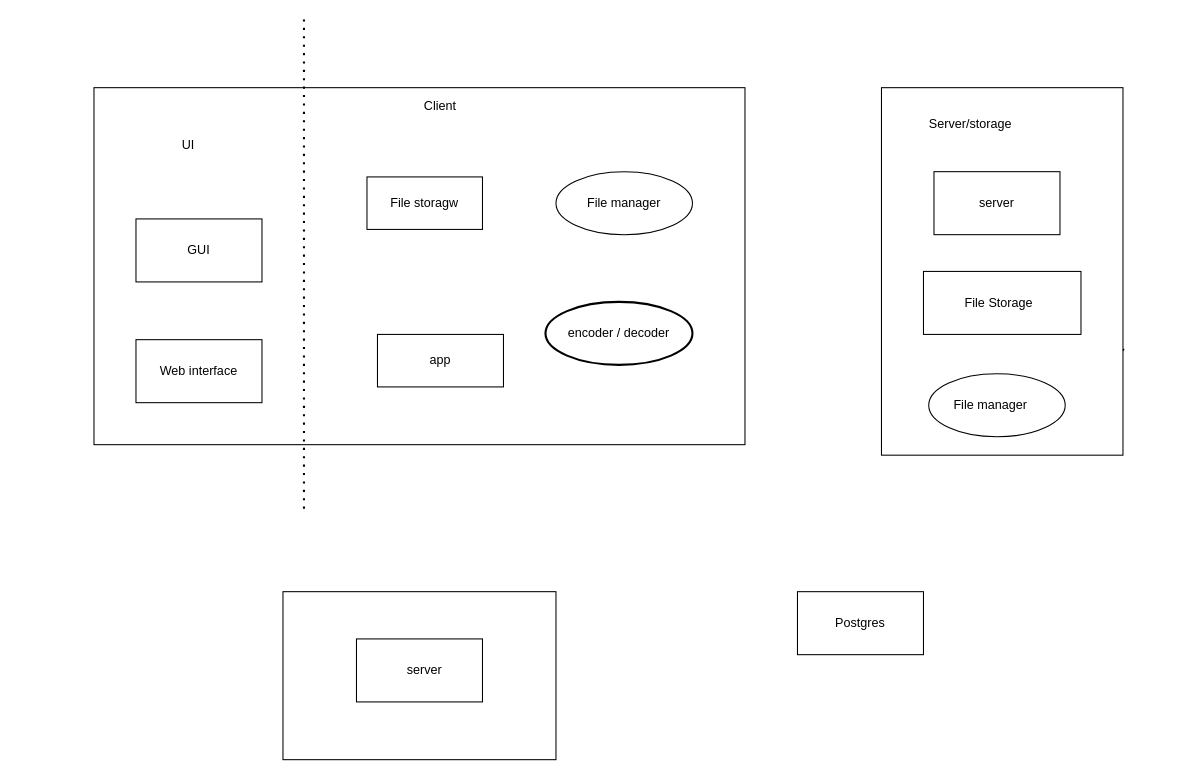
This is schema.drawio from vasiliyantufev/GophKeeper, a draw.io file, before an edit. Source tidied: cells renumbered, new cells numbered last; positions are measured from the earlier drawing's top-left corner, leaving out a move shared by most shapes. Both pictures are drawn from the tidied source at 105%, with x=0, y=0 at pixel (93, 19).
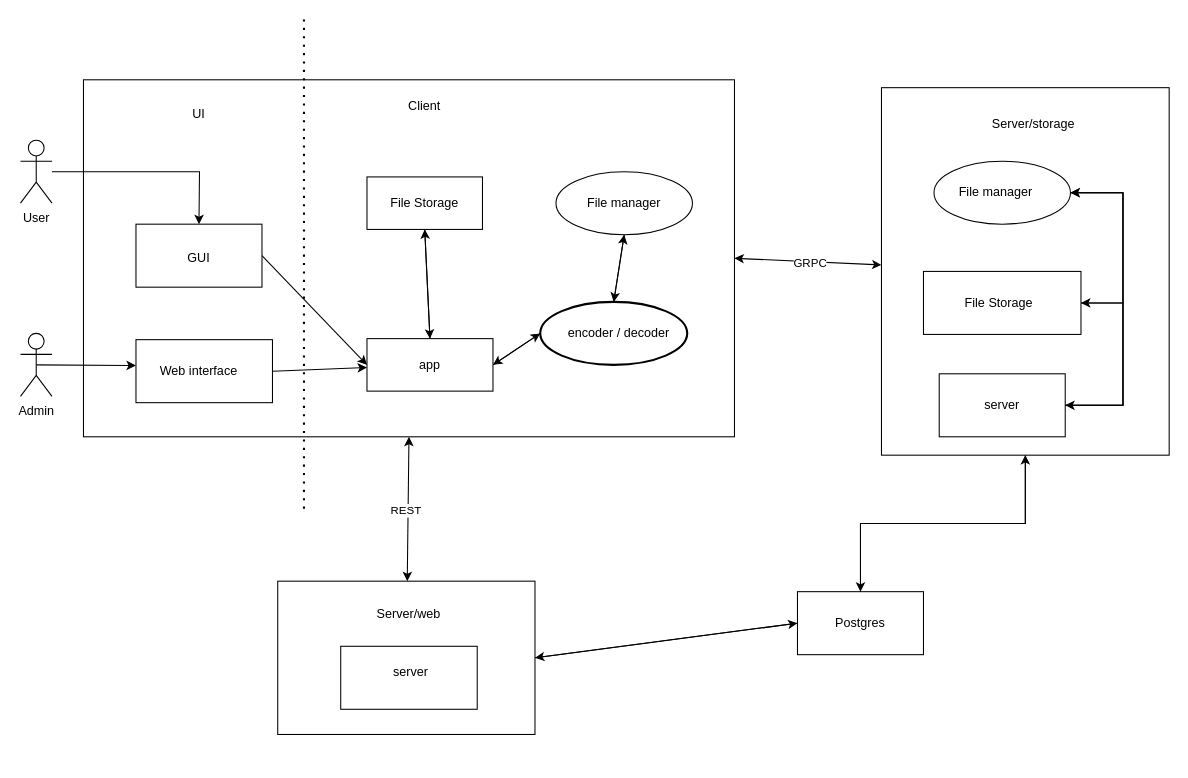
After the change.

The change refers to these unchanged cells:
```xml
<mxCell id="9" style="rounded=0;whiteSpace=wrap;html=1;" parent="1" vertex="1">
  <mxGeometry x="790" y="240" width="150" height="60" as="geometry" />
</mxCell>
<mxCell id="15" value="encoder / decoder" style="text;html=1;strokeColor=none;fillColor=none;align=center;verticalAlign=middle;whiteSpace=wrap;rounded=0;" parent="1" vertex="1">
  <mxGeometry x="450" y="284" width="100" height="30" as="geometry" />
</mxCell>
<mxCell id="17" style="ellipse;whiteSpace=wrap;html=1;" parent="16" vertex="1">
  <mxGeometry width="130" height="60" as="geometry" />
</mxCell>
<mxCell id="27" value="Web interface" style="text;html=1;strokeColor=none;fillColor=none;align=center;verticalAlign=middle;whiteSpace=wrap;rounded=0;" parent="1" vertex="1">
  <mxGeometry x="30" y="320" width="140" height="30" as="geometry" />
</mxCell>
<mxCell id="30" style="rounded=0;whiteSpace=wrap;html=1;" parent="1" vertex="1">
  <mxGeometry x="670" y="545" width="120" height="60" as="geometry" />
</mxCell>
```

Change to the diagram source:
```diff
@@
     <mxCell id="2" style="rounded=0;whiteSpace=wrap;html=1;" parent="1" vertex="1">
-      <mxGeometry y="65" width="620" height="340" as="geometry" />
+      <mxGeometry x="-10" y="57.5" width="620" height="340" as="geometry" />
     </mxCell>
     <mxCell id="3" style="rounded=0;whiteSpace=wrap;html=1;" parent="1" vertex="1">
-      <mxGeometry x="750" y="65" width="230" height="350" as="geometry" />
+      <mxGeometry x="750" y="65" width="274" height="350" as="geometry" />
     </mxCell>
     <mxCell id="4" style="rounded=0;whiteSpace=wrap;html=1;" parent="1" vertex="1">
-      <mxGeometry x="180" y="545" width="260" height="160" as="geometry" />
+      <mxGeometry x="175" y="535" width="245" height="146" as="geometry" />
     </mxCell>
-    <mxCell id="5" style="rounded=0;whiteSpace=wrap;html=1;" parent="1" vertex="1">
-      <mxGeometry x="800" y="145" width="120" height="60" as="geometry" />
-    </mxCell>
+    <mxCell id="32" style="edgeStyle=none;rounded=0;jettySize=auto;html=1;exitX=1;exitY=0.5;exitDx=0;exitDy=0;entryX=0;entryY=0.5;entryDx=0;entryDy=0;entryPerimeter=0;" parent="1" edge="1" source="6" target="8">
+      <mxGeometry relative="1" as="geometry" />
+    </mxCell>
+    <mxCell id="33" style="edgeStyle=none;rounded=0;jettySize=auto;html=1;exitX=0.5;exitY=0;exitDx=0;exitDy=0;entryX=0.5;entryY=1;entryDx=0;entryDy=0;" parent="1" edge="1" source="6" target="7">
+      <mxGeometry relative="1" as="geometry" />
+    </mxCell>
     <mxCell id="6" value="app" style="html=1;whiteSpace=wrap;" parent="1" vertex="1">
-      <mxGeometry x="270" y="300" width="120" height="50" as="geometry" />
+      <mxGeometry x="260" y="304" width="120" height="50" as="geometry" />
     </mxCell>
+    <mxCell id="34" style="edgeStyle=none;rounded=0;jettySize=auto;html=1;exitX=0.5;exitY=1;exitDx=0;exitDy=0;entryX=0.5;entryY=0;entryDx=0;entryDy=0;" parent="1" edge="1" source="7" target="6">
+      <mxGeometry relative="1" as="geometry" />
+    </mxCell>
-    <mxCell id="7" value="File storagw" style="html=1;whiteSpace=wrap;" parent="1" vertex="1">
+    <mxCell id="7" value="&lt;div&gt;File Storage&lt;/div&gt;" style="html=1;whiteSpace=wrap;" parent="1" vertex="1">
       <mxGeometry x="260" y="150" width="110" height="50" as="geometry" />
     </mxCell>
+    <mxCell id="35" style="edgeStyle=none;rounded=0;jettySize=auto;html=1;exitX=0;exitY=0.5;exitDx=0;exitDy=0;exitPerimeter=0;entryX=1;entryY=0.5;entryDx=0;entryDy=0;" parent="1" edge="1" source="8" target="6">
+      <mxGeometry relative="1" as="geometry" />
+    </mxCell>
+    <mxCell id="36" style="edgeStyle=none;rounded=0;jettySize=auto;html=1;exitX=0.5;exitY=0;exitDx=0;exitDy=0;exitPerimeter=0;entryX=0.5;entryY=1;entryDx=0;entryDy=0;" parent="1" edge="1" source="8" target="17">
+      <mxGeometry relative="1" as="geometry" />
+    </mxCell>
     <mxCell id="8" style="strokeWidth=2;html=1;shape=mxgraph.flowchart.start_1;whiteSpace=wrap;" parent="1" vertex="1">
-      <mxGeometry x="430" y="269" width="140" height="60" as="geometry" />
+      <mxGeometry x="425" y="269" width="140" height="60" as="geometry" />
     </mxCell>
+    <mxCell id="37" style="edgeStyle=orthogonalEdgeStyle;rounded=0;jettySize=auto;html=1;exitX=1;exitY=0.5;exitDx=0;exitDy=0;entryX=1;entryY=0.5;entryDx=0;entryDy=0;" parent="1" edge="1" source="9" target="14">
+      <mxGeometry relative="1" as="geometry">
+        <Array as="points">
+          <mxPoint x="980" y="270" />
+          <mxPoint x="980" y="165" />
+        </Array>
+      </mxGeometry>
+    </mxCell>
@@
     <mxCell id="10" style="rounded=0;whiteSpace=wrap;html=1;" parent="1" vertex="1">
-      <mxGeometry x="250" y="590" width="120" height="60" as="geometry" />
+      <mxGeometry x="235" y="597" width="130" height="60" as="geometry" />
     </mxCell>
@@
-    <mxCell id="12" style="endArrow=none;dashed=1;html=1;dashPattern=1 3;strokeWidth=2;rounded=0;" parent="1" edge="1" target="3">
-      <mxGeometry relative="1" as="geometry">
-        <mxPoint x="981" y="315" as="sourcePoint" />
-      </mxGeometry>
-    </mxCell>
-    <mxCell id="13" style="group;" parent="1" vertex="1">
-      <mxGeometry x="795" y="337.5" width="130" height="60" as="geometry" />
-    </mxCell>
-    <mxCell id="14" style="ellipse;whiteSpace=wrap;html=1;" parent="13" vertex="1">
-      <mxGeometry width="130" height="60" as="geometry" />
-    </mxCell>
@@
     <mxCell id="19" value="Server/storage" style="text;html=1;strokeColor=none;fillColor=none;align=center;verticalAlign=middle;whiteSpace=wrap;rounded=0;" parent="1" vertex="1">
-      <mxGeometry x="770" y="85" width="130" height="30" as="geometry" />
+      <mxGeometry x="830" y="85" width="130" height="30" as="geometry" />
     </mxCell>
     <mxCell id="20" value="server" style="text;html=1;strokeColor=none;fillColor=none;align=center;verticalAlign=middle;whiteSpace=wrap;rounded=0;" parent="1" vertex="1">
-      <mxGeometry x="285" y="605" width="60" height="30" as="geometry" />
+      <mxGeometry x="272" y="607" width="60" height="30" as="geometry" />
     </mxCell>
-    <mxCell id="21" value="server" style="text;html=1;strokeColor=none;fillColor=none;align=center;verticalAlign=middle;whiteSpace=wrap;rounded=0;" parent="1" vertex="1">
-      <mxGeometry x="830" y="160" width="60" height="30" as="geometry" />
-    </mxCell>
     <mxCell id="22" value="&lt;div&gt;Client&lt;/div&gt;&lt;div&gt;&lt;br&gt;&lt;/div&gt;" style="text;html=1;strokeColor=none;fillColor=none;align=center;verticalAlign=middle;whiteSpace=wrap;rounded=0;" parent="1" vertex="1">
-      <mxGeometry x="300" y="75" width="60" height="30" as="geometry" />
+      <mxGeometry x="285" y="75" width="60" height="30" as="geometry" />
     </mxCell>
     <mxCell id="23" value="UI" style="text;html=1;strokeColor=none;fillColor=none;align=center;verticalAlign=middle;whiteSpace=wrap;rounded=0;" parent="1" vertex="1">
-      <mxGeometry x="60" y="105" width="60" height="30" as="geometry" />
+      <mxGeometry x="70" y="75" width="60" height="30" as="geometry" />
     </mxCell>
+    <mxCell id="38" style="edgeStyle=none;rounded=0;jettySize=auto;html=1;exitX=1;exitY=0.5;exitDx=0;exitDy=0;entryX=0;entryY=0.5;entryDx=0;entryDy=0;" parent="1" edge="1" source="24" target="6">
+      <mxGeometry relative="1" as="geometry" />
+    </mxCell>
     <mxCell id="24" style="rounded=0;whiteSpace=wrap;html=1;" parent="1" vertex="1">
-      <mxGeometry x="40" y="190" width="120" height="60" as="geometry" />
+      <mxGeometry x="40" y="195" width="120" height="60" as="geometry" />
     </mxCell>
     <mxCell id="25" style="rounded=0;whiteSpace=wrap;html=1;" parent="1" vertex="1">
-      <mxGeometry x="40" y="305" width="120" height="60" as="geometry" />
+      <mxGeometry x="40" y="305" width="130" height="60" as="geometry" />
     </mxCell>
     <mxCell id="26" value="&lt;div&gt;GUI&lt;/div&gt;" style="text;html=1;strokeColor=none;fillColor=none;align=center;verticalAlign=middle;whiteSpace=wrap;rounded=0;" parent="1" vertex="1">
-      <mxGeometry x="70" y="205" width="60" height="30" as="geometry" />
+      <mxGeometry x="70" y="212.5" width="60" height="30" as="geometry" />
     </mxCell>
+    <mxCell id="39" style="edgeStyle=none;rounded=0;jettySize=auto;html=1;exitX=1;exitY=0.5;exitDx=0;exitDy=0;" parent="1" edge="1" source="27" target="6">
+      <mxGeometry relative="1" as="geometry" />
+    </mxCell>
@@
-    <mxCell id="28" value="File manager" style="text;html=1;strokeColor=none;fillColor=none;align=center;verticalAlign=middle;whiteSpace=wrap;rounded=0;" parent="1" vertex="1">
-      <mxGeometry x="800" y="355" width="108.3" height="25" as="geometry" />
-    </mxCell>
@@
+    <mxCell id="40" style="edgeStyle=orthogonalEdgeStyle;rounded=0;jettySize=auto;html=1;exitX=0.5;exitY=0;exitDx=0;exitDy=0;entryX=0.5;entryY=1;entryDx=0;entryDy=0;" parent="1" edge="1" source="30" target="3">
+      <mxGeometry relative="1" as="geometry" />
+    </mxCell>
+    <mxCell id="41" style="edgeStyle=none;rounded=0;jettySize=auto;html=1;exitX=0;exitY=0.5;exitDx=0;exitDy=0;entryX=1;entryY=0.5;entryDx=0;entryDy=0;" parent="1" edge="1" source="30" target="4">
+      <mxGeometry relative="1" as="geometry" />
+    </mxCell>
@@
+    <mxCell id="42" style="edgeStyle=orthogonalEdgeStyle;rounded=0;jettySize=auto;html=1;" parent="1" edge="1" source="43">
+      <mxGeometry relative="1" as="geometry">
+        <mxPoint x="100" y="195" as="targetPoint" />
+      </mxGeometry>
+    </mxCell>
+    <mxCell id="43" value="User" style="shape=umlActor;verticalLabelPosition=bottom;verticalAlign=top;html=1;outlineConnect=0;" parent="1" vertex="1">
+      <mxGeometry x="-70" y="115" width="30" height="60" as="geometry" />
+    </mxCell>
+    <mxCell id="44" style="edgeStyle=none;rounded=0;jettySize=auto;html=1;exitX=0.5;exitY=0.5;exitDx=0;exitDy=0;exitPerimeter=0;entryX=0.071;entryY=0.32;entryDx=0;entryDy=0;entryPerimeter=0;" parent="1" edge="1" source="45" target="27">
+      <mxGeometry relative="1" as="geometry" />
+    </mxCell>
+    <mxCell id="45" value="Admin" style="shape=umlActor;verticalLabelPosition=bottom;verticalAlign=top;html=1;outlineConnect=0;" parent="1" vertex="1">
+      <mxGeometry x="-70" y="299" width="30" height="60" as="geometry" />
+    </mxCell>
+    <mxCell id="46" style="edgeStyle=none;rounded=0;orthogonalLoop=1;jettySize=auto;html=1;exitX=0.75;exitY=0;exitDx=0;exitDy=0;" parent="1" edge="1" source="15" target="15">
+      <mxGeometry relative="1" as="geometry" />
+    </mxCell>
+    <mxCell id="47" style="group;" parent="1" vertex="1">
+      <mxGeometry x="800" y="135" width="130" height="60" as="geometry" />
+    </mxCell>
+    <mxCell id="13" style="group;" parent="47" vertex="1">
+      <mxGeometry width="130" height="60" as="geometry" />
+    </mxCell>
+    <mxCell id="14" style="ellipse;whiteSpace=wrap;html=1;" parent="13" vertex="1">
+      <mxGeometry width="130" height="60" as="geometry" />
+    </mxCell>
+    <mxCell id="28" value="File manager" style="text;html=1;strokeColor=none;fillColor=none;align=center;verticalAlign=middle;whiteSpace=wrap;rounded=0;" parent="47" vertex="1">
+      <mxGeometry x="5" y="17.5" width="108.3" height="25" as="geometry" />
+    </mxCell>
+    <mxCell id="48" style="group;" parent="1" vertex="1">
+      <mxGeometry x="805" y="337.5" width="120" height="60" as="geometry" />
+    </mxCell>
+    <mxCell id="5" style="rounded=0;whiteSpace=wrap;html=1;" parent="48" vertex="1">
+      <mxGeometry width="120" height="60" as="geometry" />
+    </mxCell>
+    <mxCell id="21" value="server" style="text;html=1;strokeColor=none;fillColor=none;align=center;verticalAlign=middle;whiteSpace=wrap;rounded=0;" parent="48" vertex="1">
+      <mxGeometry x="30" y="15" width="60" height="30" as="geometry" />
+    </mxCell>
+    <mxCell id="49" style="edgeStyle=none;rounded=0;jettySize=auto;html=1;exitX=0.5;exitY=1;exitDx=0;exitDy=0;entryX=0.5;entryY=0;entryDx=0;entryDy=0;entryPerimeter=0;" parent="1" edge="1" source="17" target="8">
+      <mxGeometry relative="1" as="geometry" />
+    </mxCell>
+    <mxCell id="50" style="edgeStyle=orthogonalEdgeStyle;rounded=0;jettySize=auto;html=1;exitX=1;exitY=0.5;exitDx=0;exitDy=0;entryX=1;entryY=0.5;entryDx=0;entryDy=0;" parent="1" edge="1" source="14" target="5">
+      <mxGeometry relative="1" as="geometry">
+        <Array as="points">
+          <mxPoint x="980" y="165" />
+          <mxPoint x="980" y="368" />
+        </Array>
+      </mxGeometry>
+    </mxCell>
+    <mxCell id="51" style="edgeStyle=orthogonalEdgeStyle;rounded=0;jettySize=auto;html=1;exitX=1;exitY=0.5;exitDx=0;exitDy=0;entryX=1;entryY=0.5;entryDx=0;entryDy=0;" parent="1" edge="1" source="5" target="14">
+      <mxGeometry relative="1" as="geometry">
+        <Array as="points">
+          <mxPoint x="980" y="368" />
+          <mxPoint x="980" y="165" />
+        </Array>
+      </mxGeometry>
+    </mxCell>
+    <mxCell id="52" style="edgeStyle=orthogonalEdgeStyle;rounded=0;jettySize=auto;html=1;exitX=1;exitY=0.5;exitDx=0;exitDy=0;entryX=1;entryY=0.5;entryDx=0;entryDy=0;" parent="1" edge="1" source="5" target="9">
+      <mxGeometry relative="1" as="geometry">
+        <Array as="points">
+          <mxPoint x="980" y="368" />
+          <mxPoint x="980" y="270" />
+        </Array>
+      </mxGeometry>
+    </mxCell>
+    <mxCell id="53" style="edgeStyle=none;rounded=0;jettySize=auto;html=1;entryX=0;entryY=0.5;entryDx=0;entryDy=0;exitX=1;exitY=0.5;exitDx=0;exitDy=0;" parent="1" edge="1" source="4" target="30">
+      <mxGeometry relative="1" as="geometry" />
+    </mxCell>
+    <mxCell id="54" style="endArrow=classic;startArrow=classic;html=1;rounded=0;entryX=0.5;entryY=1;entryDx=0;entryDy=0;" parent="1" edge="1" source="4" target="2">
+      <mxGeometry relative="1" as="geometry" />
+    </mxCell>
+    <mxCell id="55" value="REST" style="edgeLabel;html=1;align=center;verticalAlign=middle;" parent="54" vertex="1">
+      <mxGeometry x="-0.02" y="3" relative="1" as="geometry" />
+    </mxCell>
+    <mxCell id="56" style="edgeStyle=orthogonalEdgeStyle;rounded=0;jettySize=auto;html=1;entryX=0.5;entryY=0;entryDx=0;entryDy=0;" parent="1" edge="1" source="3" target="30">
+      <mxGeometry relative="1" as="geometry" />
+    </mxCell>
+    <mxCell id="57" style="endArrow=classic;startArrow=classic;html=1;rounded=0;exitX=1;exitY=0.5;exitDx=0;exitDy=0;" parent="1" edge="1" source="2" target="3">
+      <mxGeometry relative="1" as="geometry" />
+    </mxCell>
+    <mxCell id="58" value="GRPC" style="edgeLabel;html=1;align=center;verticalAlign=middle;" parent="57" vertex="1">
+      <mxGeometry x="0.03" y="-1" relative="1" as="geometry" />
+    </mxCell>
+    <mxCell id="59" value="Server/web" style="text;html=1;strokeColor=none;fillColor=none;align=center;verticalAlign=middle;whiteSpace=wrap;rounded=0;" parent="1" vertex="1">
+      <mxGeometry x="270" y="552" width="60" height="30" as="geometry" />
+    </mxCell>
```
